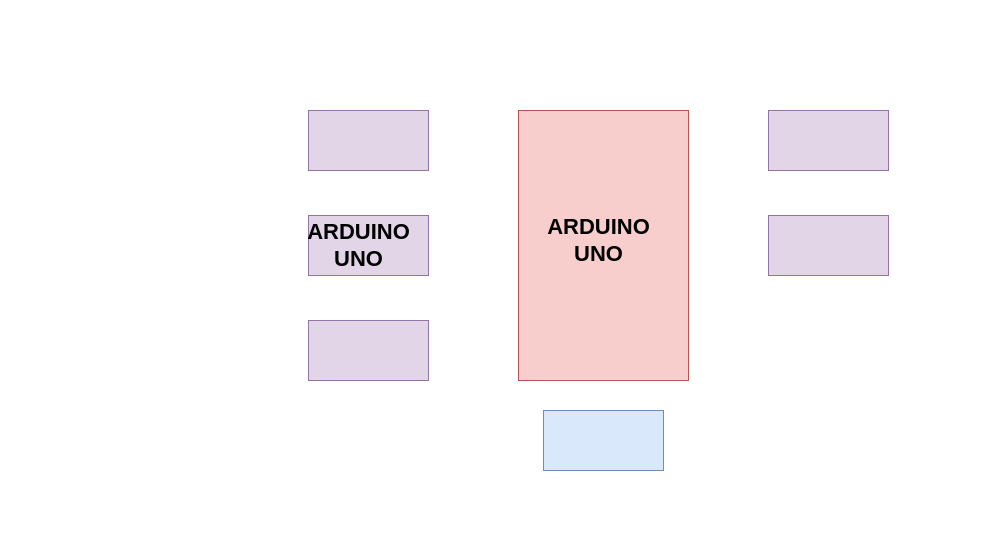
This is project.drawio from NeroKai/coursera-test, a draw.io file, before an edit. Source tidied: cells renumbered, new cells numbered last; positions are measured from the earlier drawing's top-left corner, leaving out a move shared by most shapes. Both pictures are drawn from the tidied source at 100%, with x=0, y=0 at pixel (298, 110).
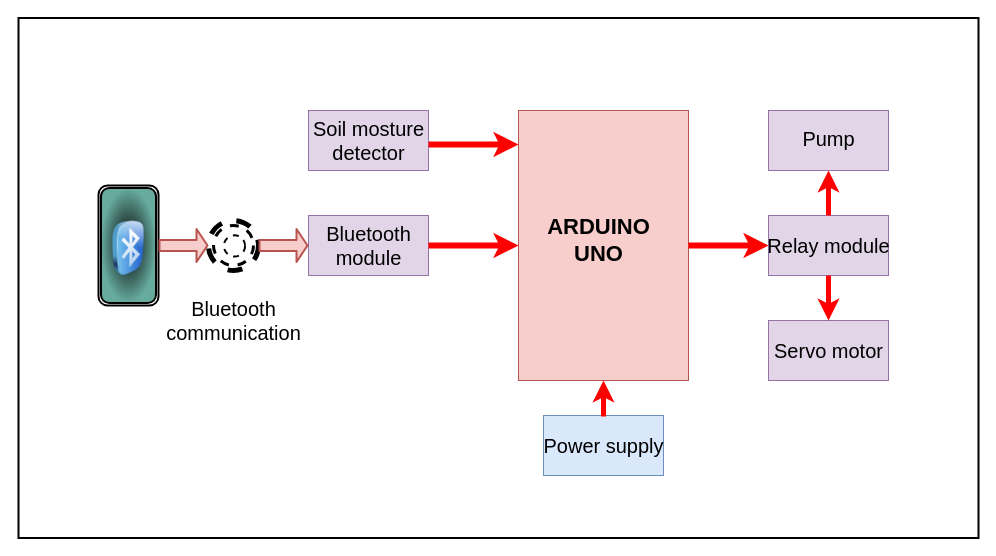
Above is the later version.

Unchanged cells that the change refers to:
```xml
<mxCell id="2" style="rounded=0;whiteSpace=wrap;html=1;fillColor=#f8cecc;strokeColor=#b85450;" parent="1" vertex="1">
  <mxGeometry x="220" width="170" height="270" as="geometry" />
</mxCell>
<mxCell id="4" style="rounded=0;whiteSpace=wrap;html=1;fillColor=#e1d5e7;strokeColor=#9673a6;" parent="1" vertex="1">
  <mxGeometry x="10" y="105" width="120" height="60" as="geometry" />
</mxCell>
<mxCell id="5" style="rounded=0;whiteSpace=wrap;html=1;fillColor=#e1d5e7;strokeColor=#9673a6;" parent="1" vertex="1">
  <mxGeometry x="470" y="105" width="120" height="60" as="geometry" />
</mxCell>
```

What changed in the source:
```diff
@@
     <mxCell id="7" style="rounded=0;whiteSpace=wrap;html=1;fillColor=#dae8fc;strokeColor=#6c8ebf;" parent="1" vertex="1">
-      <mxGeometry x="245" y="300" width="120" height="60" as="geometry" />
+      <mxGeometry x="245" y="305" width="120" height="60" as="geometry" />
     </mxCell>
-    <mxCell id="8" style="rounded=0;whiteSpace=wrap;html=1;fillColor=#e1d5e7;strokeColor=#9673a6;" parent="1" vertex="1">
-      <mxGeometry x="10" y="210" width="120" height="60" as="geometry" />
-    </mxCell>
@@
-    <mxCell id="10" value="&lt;font style=&quot;font-size: 22px;&quot;&gt;&lt;b&gt;ARDUINO&lt;br&gt;UNO&lt;/b&gt;&lt;/font&gt;" style="text;html=1;align=center;verticalAlign=middle;fillColor=none;strokeColor=none;rounded=0;" parent="1" vertex="1">
-      <mxGeometry y="115" width="120" height="40" as="geometry" />
+    <mxCell id="10" value="&lt;span style=&quot;font-size: 20px;&quot;&gt;Bluetooth&lt;br&gt;module&lt;br&gt;&lt;/span&gt;" style="text;html=1;align=center;verticalAlign=middle;fillColor=none;strokeColor=none;rounded=0;" parent="1" vertex="1">
+      <mxGeometry x="25" y="115" width="90" height="40" as="geometry" />
     </mxCell>
+    <mxCell id="11" value="&lt;span style=&quot;font-size: 20px;&quot;&gt;Soil mosture&lt;br&gt;detector&lt;br&gt;&lt;/span&gt;" style="text;html=1;align=center;verticalAlign=middle;fillColor=none;strokeColor=none;rounded=0;" parent="1" vertex="1">
+      <mxGeometry x="10" y="10" width="120" height="40" as="geometry" />
+    </mxCell>
+    <mxCell id="12" value="&lt;span style=&quot;font-size: 20px;&quot;&gt;Power supply&lt;br&gt;&lt;/span&gt;" style="text;html=1;align=center;verticalAlign=middle;fillColor=none;strokeColor=none;rounded=0;" parent="1" vertex="1">
+      <mxGeometry x="245" y="325" width="120" height="20" as="geometry" />
+    </mxCell>
+    <mxCell id="13" value="&lt;span style=&quot;font-size: 20px;&quot;&gt;Pump&lt;br&gt;&lt;br&gt;&lt;/span&gt;" style="text;html=1;align=center;verticalAlign=middle;fillColor=none;strokeColor=none;rounded=0;" parent="1" vertex="1">
+      <mxGeometry x="500" y="20" width="60" height="40" as="geometry" />
+    </mxCell>
+    <mxCell id="14" value="&lt;span style=&quot;font-size: 20px;&quot;&gt;Relay module&lt;br&gt;&lt;/span&gt;" style="text;html=1;align=center;verticalAlign=middle;fillColor=none;strokeColor=none;rounded=0;" parent="1" vertex="1">
+      <mxGeometry x="465" y="125" width="130" height="20" as="geometry" />
+    </mxCell>
+    <mxCell id="15" style="ellipse;whiteSpace=wrap;html=1;fontSize=20;dashed=1;strokeWidth=5;" parent="1" vertex="1">
+      <mxGeometry x="-90" y="110" width="50" height="50" as="geometry" />
+    </mxCell>
+    <mxCell id="16" style="ellipse;whiteSpace=wrap;html=1;fontSize=20;dashed=1;strokeWidth=3;" parent="1" vertex="1">
+      <mxGeometry x="-85" y="115" width="40" height="40" as="geometry" />
+    </mxCell>
+    <mxCell id="17" style="ellipse;whiteSpace=wrap;html=1;fontSize=20;dashed=1;strokeWidth=2;" parent="1" vertex="1">
+      <mxGeometry x="-74.6" y="124.8" width="21.2" height="21.2" as="geometry" />
+    </mxCell>
+    <mxCell id="18" style="rounded=1;whiteSpace=wrap;html=1;fontSize=20;strokeWidth=2;rotation=90;" parent="1" vertex="1">
+      <mxGeometry x="-230" y="105" width="120" height="60" as="geometry" />
+    </mxCell>
+    <mxCell id="19" style="rounded=0;whiteSpace=wrap;html=1;fillColor=#e1d5e7;strokeColor=#9673a6;" parent="1" vertex="1">
+      <mxGeometry x="470" y="210" width="120" height="60" as="geometry" />
+    </mxCell>
+    <mxCell id="20" value="&lt;span style=&quot;font-size: 20px;&quot;&gt;Servo motor&lt;br&gt;&lt;/span&gt;" style="text;html=1;align=center;verticalAlign=middle;fillColor=none;strokeColor=none;rounded=0;" parent="1" vertex="1">
+      <mxGeometry x="475" y="230" width="110" height="20" as="geometry" />
+    </mxCell>
+    <mxCell id="21" style="endArrow=classic;html=1;fontSize=20;strokeWidth=6;exitX=1;exitY=0.5;exitDx=0;exitDy=0;strokeColor=#FF0000;curved=1;" parent="1" edge="1" source="4">
+      <mxGeometry relative="1" as="geometry">
+        <mxPoint x="220" y="135" as="targetPoint" />
+      </mxGeometry>
+    </mxCell>
+    <mxCell id="22" style="endArrow=classic;html=1;rounded=0;fontSize=20;strokeWidth=6;strokeColor=#FF0000;" parent="1" edge="1">
+      <mxGeometry relative="1" as="geometry">
+        <mxPoint x="130" y="34" as="sourcePoint" />
+        <mxPoint x="220" y="34" as="targetPoint" />
+      </mxGeometry>
+    </mxCell>
+    <mxCell id="23" style="endArrow=classic;html=1;rounded=0;fontSize=20;strokeWidth=6;exitX=1;exitY=0.5;exitDx=0;exitDy=0;strokeColor=#FF0000;" parent="1" edge="1" source="2">
+      <mxGeometry relative="1" as="geometry">
+        <mxPoint x="470" y="135" as="targetPoint" />
+      </mxGeometry>
+    </mxCell>
+    <mxCell id="24" style="endArrow=classic;html=1;rounded=0;fontSize=20;strokeWidth=5;exitX=0.5;exitY=1;exitDx=0;exitDy=0;strokeColor=#FF0000;entryX=0.5;entryY=0;entryDx=0;entryDy=0;" parent="1" edge="1" source="5" target="19">
+      <mxGeometry relative="1" as="geometry" />
+    </mxCell>
+    <mxCell id="25" style="endArrow=classic;html=1;rounded=0;fontSize=20;strokeWidth=5;exitX=0.5;exitY=0;exitDx=0;exitDy=0;strokeColor=#FF0000;" parent="1" edge="1" source="5">
+      <mxGeometry relative="1" as="geometry">
+        <mxPoint x="530" y="60" as="targetPoint" />
+      </mxGeometry>
+    </mxCell>
+    <mxCell id="26" style="endArrow=classic;html=1;rounded=0;fontSize=20;strokeWidth=5;exitX=0.5;exitY=0;exitDx=0;exitDy=0;strokeColor=#FF0000;entryX=0.5;entryY=1;entryDx=0;entryDy=0;" parent="1" edge="1" target="2">
+      <mxGeometry relative="1" as="geometry">
+        <mxPoint x="305" y="306" as="sourcePoint" />
+      </mxGeometry>
+    </mxCell>
+    <mxCell id="27" style="shape=flexArrow;endArrow=classic;html=1;fontSize=20;strokeWidth=2;curved=1;exitX=1;exitY=0.5;exitDx=0;exitDy=0;entryX=0;entryY=0.5;entryDx=0;entryDy=0;endSize=3;fillColor=#f8cecc;strokeColor=#b85450;" parent="1" edge="1" source="15" target="4">
+      <mxGeometry relative="1" as="geometry" />
+    </mxCell>
+    <mxCell id="28" style="shape=flexArrow;endArrow=classic;html=1;fontSize=20;strokeWidth=2;curved=1;exitX=0.5;exitY=0;exitDx=0;exitDy=0;endSize=3;fillColor=#f8cecc;strokeColor=#b85450;" parent="1" edge="1" source="18">
+      <mxGeometry relative="1" as="geometry">
+        <mxPoint x="-90" y="135" as="targetPoint" />
+      </mxGeometry>
+    </mxCell>
+    <mxCell id="29" style="rounded=1;whiteSpace=wrap;html=1;fontSize=20;strokeWidth=2;rotation=90;fillColor=#000000;gradientColor=#67AB9F;gradientDirection=radial;" parent="1" vertex="1">
+      <mxGeometry x="-227.5" y="107.5" width="115" height="55" as="geometry" />
+    </mxCell>
+    <mxCell id="30" value="&lt;span style=&quot;font-size: 20px;&quot;&gt;Bluetooth&lt;br&gt;communication&lt;br&gt;&lt;/span&gt;" style="text;html=1;align=center;verticalAlign=middle;fillColor=none;strokeColor=none;rounded=0;" parent="1" vertex="1">
+      <mxGeometry x="-135" y="190" width="140" height="40" as="geometry" />
+    </mxCell>
+    <mxCell id="31" style="image;html=1;image=img/lib/clip_art/general/Bluetooth_128x128.png;fontSize=20;strokeWidth=2;fillColor=#000000;gradientColor=#67AB9F;gradientDirection=radial;" parent="1" vertex="1">
+      <mxGeometry x="-205" y="110.4" width="70" height="54.6" as="geometry" />
+    </mxCell>
+    <mxCell id="32" style="rounded=0;whiteSpace=wrap;html=1;fontSize=20;strokeWidth=2;fillColor=none;gradientColor=none;gradientDirection=radial;" parent="1" vertex="1">
+      <mxGeometry x="-280" y="-92.5" width="960" height="520" as="geometry" />
+    </mxCell>
```
